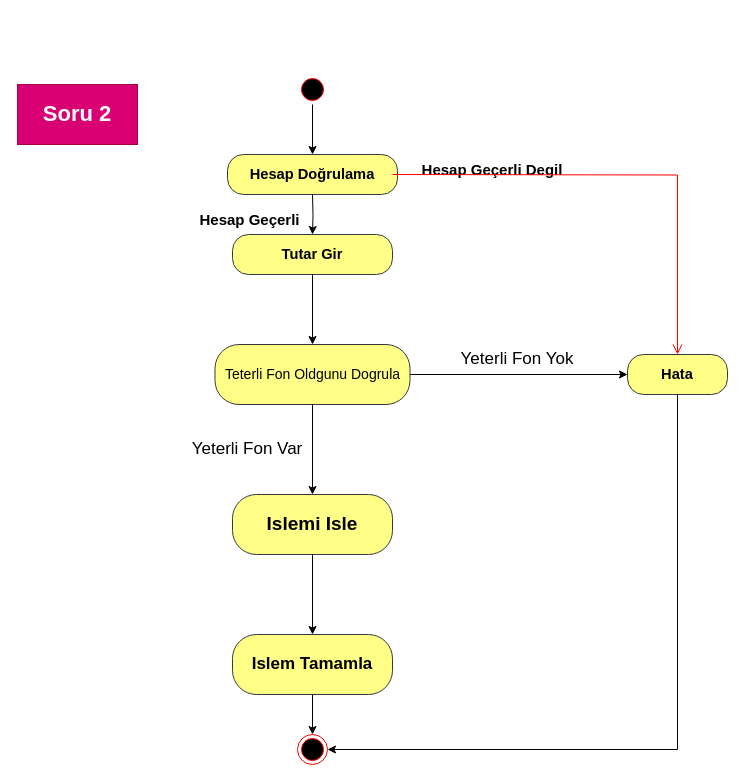
The draw.io diagram LapWeek7/Soru2.drawio in MOHAMMEDALMASHHOR/Yazilim_Tasarim_ve_Mimarisi, before the edit. Source tidied: cells renumbered, new cells numbered last; positions are measured from the earlier drawing's top-left corner, leaving out a move shared by most shapes. Both pictures are drawn from the tidied source at 100%, with x=0, y=0 at pixel (17, 74).
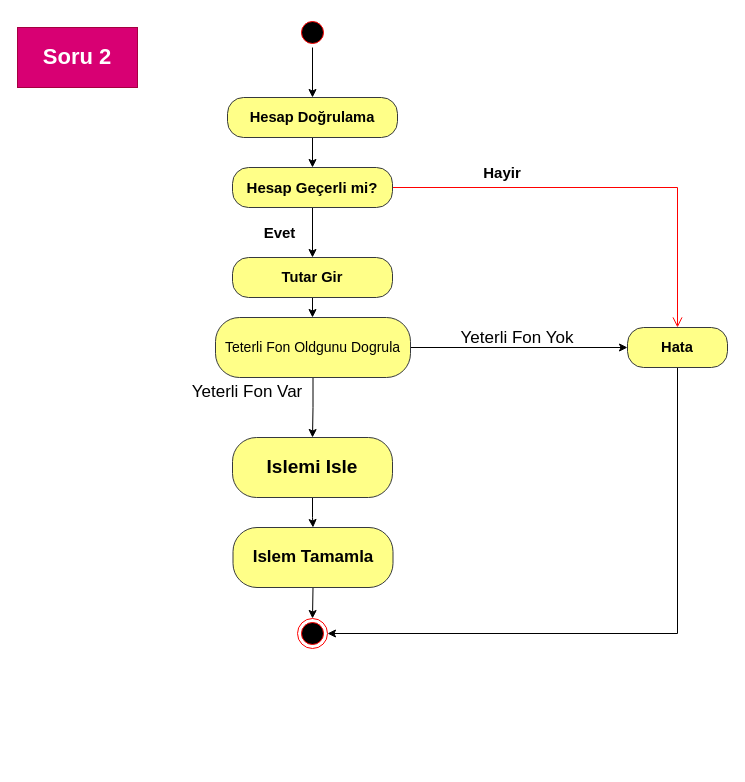
Above is the later version.

The edit, as a diff of the source:
```diff
@@
     <mxCell id="2" value="&lt;b&gt;&lt;font style=&quot;font-size: 22px;&quot;&gt;Soru 2&lt;/font&gt;&lt;/b&gt;" style="rounded=0;whiteSpace=wrap;html=1;fillColor=#d80073;strokeColor=#A50040;fontColor=#ffffff;" parent="1" vertex="1">
-      <mxGeometry y="10" width="120" height="60" as="geometry" />
+      <mxGeometry y="-47" width="120" height="60" as="geometry" />
     </mxCell>
@@
     <mxCell id="4" style="ellipse;html=1;shape=startState;fillColor=#000000;strokeColor=#ff0000;" parent="1" vertex="1">
-      <mxGeometry x="280" width="30" height="30" as="geometry" />
+      <mxGeometry x="280" y="-57" width="30" height="30" as="geometry" />
     </mxCell>
+    <mxCell id="24" style="edgeStyle=orthogonalEdgeStyle;rounded=0;jettySize=auto;html=1;exitX=0.5;exitY=1;exitDx=0;exitDy=0;entryX=0.5;entryY=0;entryDx=0;entryDy=0;" parent="1" edge="1" source="5" target="26">
+      <mxGeometry relative="1" as="geometry" />
+    </mxCell>
     <mxCell id="5" value="&lt;span style=&quot;font-size: 14.6667px;&quot;&gt;&lt;b&gt;Hesap Doğrulama&lt;/b&gt;&lt;/span&gt;" style="rounded=1;whiteSpace=wrap;html=1;arcSize=40;fillColor=#ffff88;strokeColor=#36393d;" parent="1" vertex="1">
-      <mxGeometry x="210" y="80" width="170" height="40" as="geometry" />
+      <mxGeometry x="210" y="23" width="170" height="40" as="geometry" />
     </mxCell>
@@
     <mxCell id="7" value="&lt;b&gt;&lt;span style=&quot;font-size:11.0pt;line-height:107%;&lt;br/&gt;font-family:&amp;quot;Calibri&amp;quot;,sans-serif;mso-ascii-theme-font:minor-latin;mso-fareast-font-family:&lt;br/&gt;Calibri;mso-fareast-theme-font:minor-latin;mso-hansi-theme-font:minor-latin;&lt;br/&gt;mso-bidi-font-family:Arial;mso-bidi-theme-font:minor-bidi;mso-ansi-language:&lt;br/&gt;TR;mso-fareast-language:EN-US;mso-bidi-language:AR-SA&quot;&gt;Hata&lt;/span&gt;&lt;/b&gt;" style="rounded=1;whiteSpace=wrap;html=1;arcSize=40;fillColor=#ffff88;strokeColor=#36393d;" parent="1" vertex="1">
-      <mxGeometry x="610" y="280" width="100" height="40" as="geometry" />
+      <mxGeometry x="610" y="253" width="100" height="40" as="geometry" />
     </mxCell>
-    <mxCell id="8" value="&lt;b style=&quot;font-size: 15px;&quot;&gt;Hesap Geçerli Degil&lt;/b&gt;" style="text;html=1;align=center;verticalAlign=middle;whiteSpace=wrap;rounded=0;" parent="1" vertex="1">
-      <mxGeometry x="400" y="80" width="150" height="30" as="geometry" />
+    <mxCell id="8" value="&lt;b style=&quot;font-size: 15px;&quot;&gt;Hayir&lt;/b&gt;" style="text;html=1;align=center;verticalAlign=middle;whiteSpace=wrap;rounded=0;" parent="1" vertex="1">
+      <mxGeometry x="410" y="83" width="150" height="30" as="geometry" />
     </mxCell>
-    <mxCell id="9" style="edgeStyle=orthogonalEdgeStyle;html=1;verticalAlign=bottom;endArrow=open;endSize=8;strokeColor=#ff0000;rounded=0;exitX=1;exitY=0.5;exitDx=0;exitDy=0;entryX=0.5;entryY=0;entryDx=0;entryDy=0;" parent="1" edge="1" target="7">
-      <mxGeometry relative="1" as="geometry">
-        <mxPoint x="375" y="100" as="sourcePoint" />
-      </mxGeometry>
+    <mxCell id="9" style="edgeStyle=orthogonalEdgeStyle;html=1;verticalAlign=bottom;endArrow=open;endSize=8;strokeColor=#ff0000;rounded=0;exitX=1;exitY=0.5;exitDx=0;exitDy=0;entryX=0.5;entryY=0;entryDx=0;entryDy=0;" parent="1" edge="1" source="26" target="7">
+      <mxGeometry relative="1" as="geometry" />
     </mxCell>
-    <mxCell id="10" value="&lt;b style=&quot;font-size: 15px;&quot;&gt;Hesap Geçerli&lt;/b&gt;" style="text;html=1;align=center;verticalAlign=middle;whiteSpace=wrap;rounded=0;" parent="1" vertex="1">
-      <mxGeometry x="150" y="130" width="165" height="30" as="geometry" />
+    <mxCell id="10" value="&lt;b style=&quot;font-size: 15px;&quot;&gt;Evet&lt;/b&gt;" style="text;html=1;align=center;verticalAlign=middle;whiteSpace=wrap;rounded=0;" parent="1" vertex="1">
+      <mxGeometry x="180" y="143" width="165" height="30" as="geometry" />
     </mxCell>
@@
     <mxCell id="12" value="&lt;b&gt;&lt;span style=&quot;font-size:11.0pt;line-height:107%;&lt;br/&gt;font-family:&amp;quot;Calibri&amp;quot;,sans-serif;mso-ascii-theme-font:minor-latin;mso-fareast-font-family:&lt;br/&gt;Calibri;mso-fareast-theme-font:minor-latin;mso-hansi-theme-font:minor-latin;&lt;br/&gt;mso-bidi-font-family:Arial;mso-bidi-theme-font:minor-bidi;mso-ansi-language:&lt;br/&gt;TR;mso-fareast-language:EN-US;mso-bidi-language:AR-SA&quot;&gt;Tutar Gir&lt;/span&gt;&lt;/b&gt;" style="rounded=1;whiteSpace=wrap;html=1;arcSize=40;fillColor=#ffff88;strokeColor=#36393d;" parent="1" vertex="1">
-      <mxGeometry x="215" y="160" width="160" height="40" as="geometry" />
+      <mxGeometry x="215" y="183" width="160" height="40" as="geometry" />
     </mxCell>
-    <mxCell id="13" style="edgeStyle=orthogonalEdgeStyle;rounded=0;jettySize=auto;html=1;exitX=0.5;exitY=1;exitDx=0;exitDy=0;entryX=0.5;entryY=0;entryDx=0;entryDy=0;" parent="1" edge="1" target="12">
-      <mxGeometry relative="1" as="geometry">
-        <mxPoint x="295" y="120" as="sourcePoint" />
-      </mxGeometry>
-    </mxCell>
@@
     <mxCell id="16" value="&lt;font style=&quot;font-size: 14px;&quot;&gt;Teterli Fon Oldgunu Dogrula&lt;/font&gt;" style="whiteSpace=wrap;html=1;fillColor=#ffff88;strokeColor=#36393d;rounded=1;arcSize=40;" parent="1" vertex="1">
-      <mxGeometry x="197.5" y="270" width="195" height="60" as="geometry" />
+      <mxGeometry x="198" y="243" width="195" height="60" as="geometry" />
     </mxCell>
     <mxCell id="17" value="&lt;font style=&quot;font-size: 17px;&quot;&gt;Yeterli Fon Yok&lt;/font&gt;" style="text;html=1;align=center;verticalAlign=middle;whiteSpace=wrap;rounded=0;" parent="1" vertex="1">
-      <mxGeometry x="440" y="270" width="120" height="30" as="geometry" />
+      <mxGeometry x="440" y="249" width="120" height="30" as="geometry" />
     </mxCell>
     <mxCell id="18" value="&lt;font style=&quot;font-size: 17px;&quot;&gt;Yeterli Fon Var&lt;/font&gt;" style="text;html=1;align=center;verticalAlign=middle;whiteSpace=wrap;rounded=0;" parent="1" vertex="1">
-      <mxGeometry x="170" y="360" width="120" height="30" as="geometry" />
+      <mxGeometry x="170" y="303" width="120" height="30" as="geometry" />
     </mxCell>
@@
     <mxCell id="20" value="&lt;b&gt;&lt;font style=&quot;font-size: 19px;&quot;&gt;Islemi Isle&lt;/font&gt;&lt;/b&gt;" style="whiteSpace=wrap;html=1;fillColor=#ffff88;strokeColor=#36393d;rounded=1;arcSize=40;" parent="1" vertex="1">
-      <mxGeometry x="215" y="420" width="160" height="60" as="geometry" />
+      <mxGeometry x="215" y="363" width="160" height="60" as="geometry" />
     </mxCell>
@@
     <mxCell id="22" value="&lt;b&gt;&lt;font style=&quot;font-size: 17px;&quot;&gt;Islem Tamamla&lt;/font&gt;&lt;/b&gt;" style="whiteSpace=wrap;html=1;fillColor=#ffff88;strokeColor=#36393d;rounded=1;arcSize=40;" parent="1" vertex="1">
-      <mxGeometry x="215" y="560" width="160" height="60" as="geometry" />
+      <mxGeometry x="215.5" y="453" width="160" height="60" as="geometry" />
     </mxCell>
     <mxCell id="23" style="ellipse;html=1;shape=endState;fillColor=#000000;strokeColor=#ff0000;" parent="1" vertex="1">
-      <mxGeometry x="280" y="660" width="30" height="30" as="geometry" />
+      <mxGeometry x="280" y="544" width="30" height="30" as="geometry" />
     </mxCell>
+    <mxCell id="25" style="edgeStyle=orthogonalEdgeStyle;rounded=0;jettySize=auto;html=1;exitX=0.5;exitY=1;exitDx=0;exitDy=0;entryX=0.5;entryY=0;entryDx=0;entryDy=0;" parent="1" edge="1" source="26" target="12">
+      <mxGeometry relative="1" as="geometry" />
+    </mxCell>
+    <mxCell id="26" value="&lt;b style=&quot;font-size: 15px;&quot;&gt;Hesap Geçerli mi?&lt;/b&gt;" style="rounded=1;whiteSpace=wrap;html=1;arcSize=40;fillColor=#ffff88;strokeColor=#36393d;" parent="1" vertex="1">
+      <mxGeometry x="215" y="93" width="160" height="40" as="geometry" />
+    </mxCell>
```
